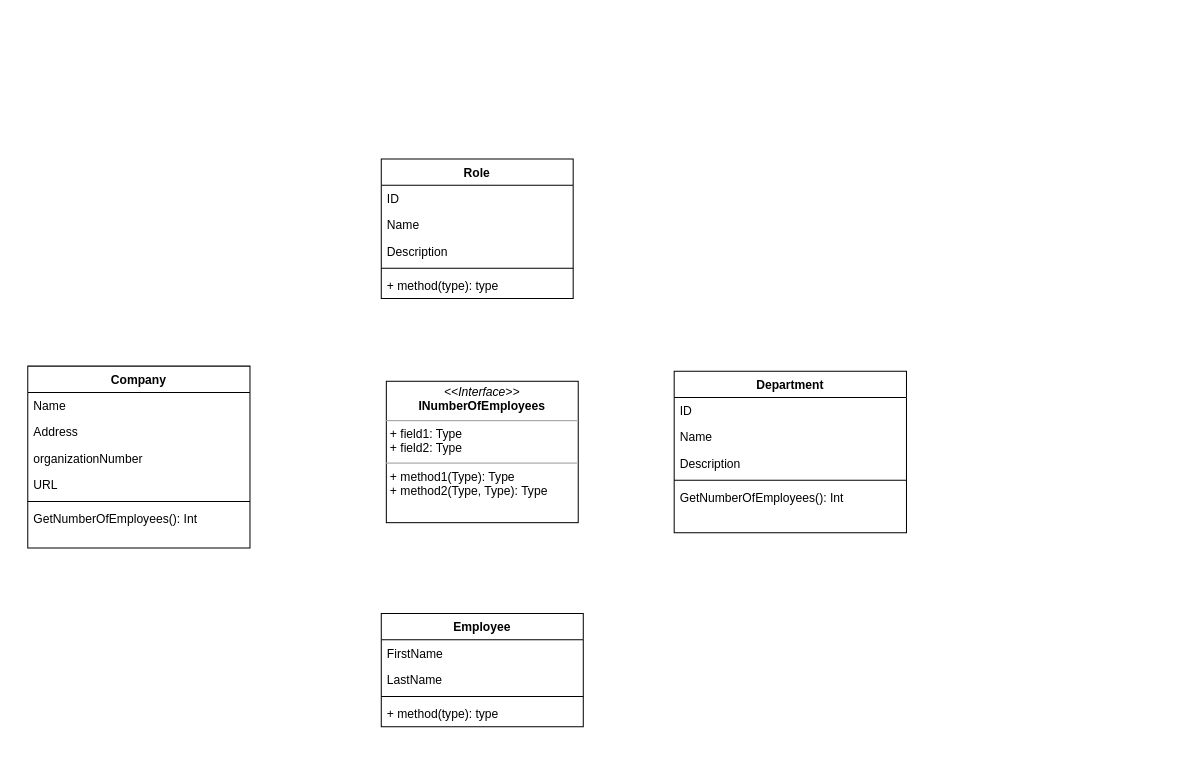
Before: laboration_3/DICE.drawio in philipsinnott/gik2f7_laborationer, a draw.io diagram. Source tidied: cells renumbered, new cells numbered last; positions are measured from the earlier drawing's top-left corner, leaving out a move shared by most shapes. Both pictures are drawn from the tidied source at 101%, with x=0, y=0 at pixel (27, 159).
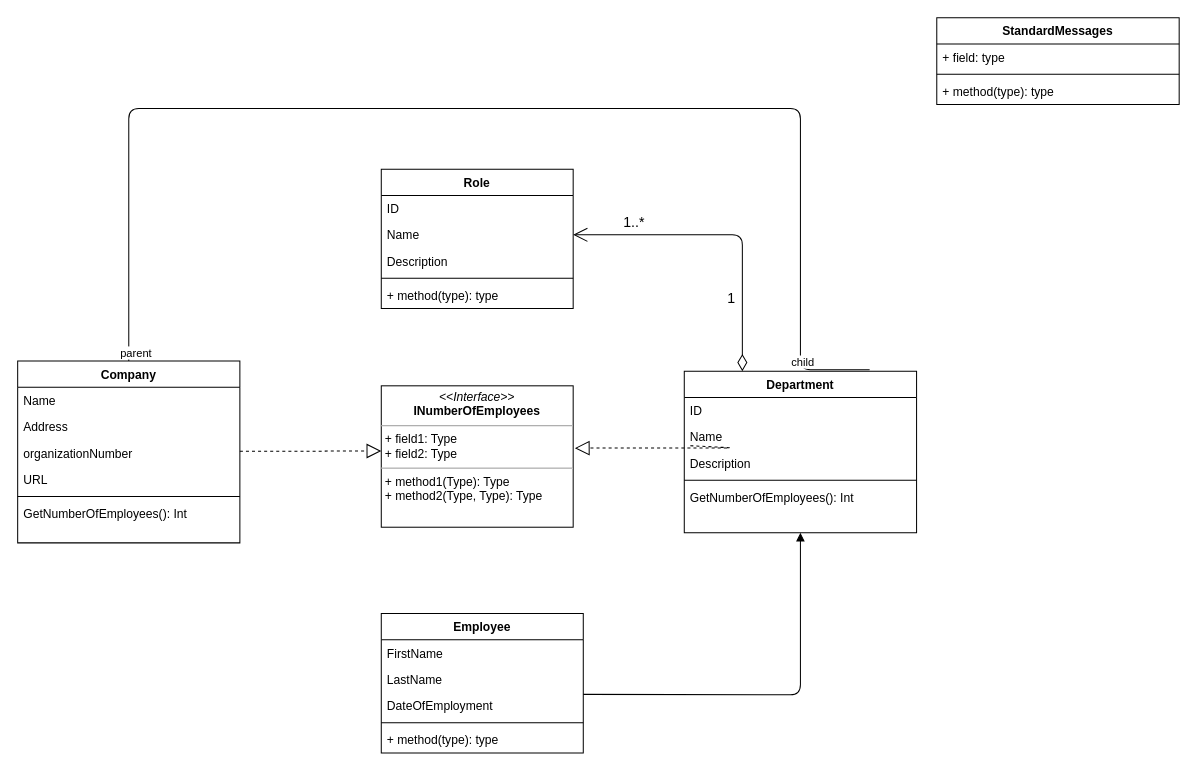
The same page after the edit.

Unchanged cells that the change refers to:
```xml
<mxCell id="10" value="Description" style="text;strokeColor=none;fillColor=none;align=left;verticalAlign=top;spacingLeft=4;spacingRight=4;overflow=hidden;points=[[0,0.5],[1,0.5]];portConstraint=eastwest;" parent="7" vertex="1">
  <mxGeometry y="78" width="230" height="26" as="geometry" />
</mxCell>
<mxCell id="23" value="Name" style="text;strokeColor=none;fillColor=none;align=left;verticalAlign=top;spacingLeft=4;spacingRight=4;overflow=hidden;points=[[0,0.5],[1,0.5]];portConstraint=eastwest;" parent="21" vertex="1">
  <mxGeometry y="52" width="190" height="26" as="geometry" />
</mxCell>
```

Change to the diagram source:
```diff
@@
     <mxCell id="2" value="Employee" style="swimlane;fontStyle=1;align=center;verticalAlign=top;horizontal=1;startSize=26;" parent="1" vertex="1">
-      <mxGeometry x="350" y="450" width="200" height="112" as="geometry" />
+      <mxGeometry x="350" y="450" width="200" height="138" as="geometry" />
     </mxCell>
@@
+    <mxCell id="27" value="LastName" style="text;strokeColor=none;fillColor=none;align=left;verticalAlign=top;spacingLeft=4;spacingRight=4;overflow=hidden;" parent="2" vertex="1">
+      <mxGeometry y="52" width="200" height="26" as="geometry" />
+    </mxCell>
-    <mxCell id="4" value="LastName" style="text;strokeColor=none;fillColor=none;align=left;verticalAlign=top;spacingLeft=4;spacingRight=4;overflow=hidden;" parent="2" vertex="1">
-      <mxGeometry y="52" width="200" height="26" as="geometry" />
+    <mxCell id="4" value="DateOfEmployment" style="text;strokeColor=none;fillColor=none;align=left;verticalAlign=top;spacingLeft=4;spacingRight=4;overflow=hidden;" parent="2" vertex="1">
+      <mxGeometry y="78" width="200" height="26" as="geometry" />
     </mxCell>
     <mxCell id="5" style="line;strokeWidth=1;fillColor=none;align=left;verticalAlign=middle;spacingTop=-1;spacingLeft=3;spacingRight=3;labelPosition=right;" parent="2" vertex="1">
-      <mxGeometry y="78" width="200" height="8" as="geometry" />
+      <mxGeometry y="104" width="200" height="8" as="geometry" />
     </mxCell>
     <mxCell id="6" value="+ method(type): type" style="text;strokeColor=none;fillColor=none;align=left;verticalAlign=top;spacingLeft=4;spacingRight=4;overflow=hidden;" parent="2" vertex="1">
-      <mxGeometry y="86" width="200" height="26" as="geometry" />
+      <mxGeometry y="112" width="200" height="26" as="geometry" />
     </mxCell>
     <mxCell id="7" value="Department&#10;" style="swimlane;fontStyle=1;align=center;verticalAlign=top;horizontal=1;startSize=26;" parent="1" vertex="1">
-      <mxGeometry x="640" y="210" width="230" height="160" as="geometry" />
+      <mxGeometry x="650" y="210" width="230" height="160" as="geometry" />
     </mxCell>
@@
     <mxCell id="13" value="Company" style="swimlane;fontStyle=1;align=center;verticalAlign=top;horizontal=1;startSize=26;" parent="1" vertex="1">
-      <mxGeometry y="205" width="220" height="180" as="geometry" />
+      <mxGeometry x="-10" y="200" width="220" height="180" as="geometry" />
     </mxCell>
@@
     <mxCell id="20" value="&lt;p style=&quot;margin: 0px ; margin-top: 4px ; text-align: center&quot;&gt;&lt;i&gt;&amp;lt;&amp;lt;Interface&amp;gt;&amp;gt;&lt;/i&gt;&lt;br&gt;&lt;b&gt;INumberOfEmployees&lt;/b&gt;&lt;br&gt;&lt;/p&gt;&lt;hr size=&quot;1&quot;&gt;&lt;p style=&quot;margin: 0px ; margin-left: 4px&quot;&gt;+ field1: Type&lt;br&gt;+ field2: Type&lt;/p&gt;&lt;hr size=&quot;1&quot;&gt;&lt;p style=&quot;margin: 0px ; margin-left: 4px&quot;&gt;+ method1(Type): Type&lt;br&gt;+ method2(Type, Type): Type&lt;/p&gt;" style="verticalAlign=top;align=left;overflow=fill;fontSize=12;fontFamily=Helvetica;html=1;" parent="1" vertex="1">
-      <mxGeometry x="355" y="220" width="190" height="140" as="geometry" />
+      <mxGeometry x="350" y="224.5" width="190" height="140" as="geometry" />
     </mxCell>
     <mxCell id="21" value="Role" style="swimlane;fontStyle=1;align=center;verticalAlign=top;horizontal=1;startSize=26;" parent="1" vertex="1">
-      <mxGeometry x="350" width="190" height="138" as="geometry" />
+      <mxGeometry x="350" y="10" width="190" height="138" as="geometry" />
     </mxCell>
@@
+    <mxCell id="28" value="StandardMessages" style="swimlane;fontStyle=1;align=center;verticalAlign=top;horizontal=1;startSize=26;" parent="1" vertex="1">
+      <mxGeometry x="900" y="-140" width="240" height="86" as="geometry" />
+    </mxCell>
+    <mxCell id="29" value="+ field: type" style="text;strokeColor=none;fillColor=none;align=left;verticalAlign=top;spacingLeft=4;spacingRight=4;overflow=hidden;" parent="28" vertex="1">
+      <mxGeometry y="26" width="240" height="26" as="geometry" />
+    </mxCell>
+    <mxCell id="30" style="line;strokeWidth=1;fillColor=none;align=left;verticalAlign=middle;spacingTop=-1;spacingLeft=3;spacingRight=3;labelPosition=right;" parent="28" vertex="1">
+      <mxGeometry y="52" width="240" height="8" as="geometry" />
+    </mxCell>
+    <mxCell id="31" value="+ method(type): type" style="text;strokeColor=none;fillColor=none;align=left;verticalAlign=top;spacingLeft=4;spacingRight=4;overflow=hidden;" parent="28" vertex="1">
+      <mxGeometry y="60" width="240" height="26" as="geometry" />
+    </mxCell>
+    <mxCell id="32" style="endArrow=block;dashed=1;endFill=0;endSize=12;html=1;" parent="1" edge="1">
+      <mxGeometry relative="1" as="geometry">
+        <mxPoint x="210" y="289.4" as="sourcePoint" />
+        <mxPoint x="350" y="289" as="targetPoint" />
+      </mxGeometry>
+    </mxCell>
+    <mxCell id="33" style="endArrow=block;dashed=1;endFill=0;endSize=12;html=1;entryX=1.009;entryY=0.441;entryDx=0;entryDy=0;entryPerimeter=0;exitX=0.026;exitY=-0.161;exitDx=0;exitDy=0;exitPerimeter=0;" parent="1" edge="1" source="10" target="20">
+      <mxGeometry relative="1" as="geometry">
+        <Array as="points">
+          <mxPoint x="700" y="286" />
+          <mxPoint x="580" y="286" />
+        </Array>
+      </mxGeometry>
+    </mxCell>
+    <mxCell id="34" style="endArrow=none;html=1;edgeStyle=orthogonalEdgeStyle;entryX=0.798;entryY=-0.009;entryDx=0;entryDy=0;entryPerimeter=0;" parent="1" edge="1" source="13" target="7">
+      <mxGeometry relative="1" as="geometry">
+        <Array as="points">
+          <mxPoint x="100" y="-50" />
+          <mxPoint x="765" y="-50" />
+          <mxPoint x="765" y="209" />
+        </Array>
+      </mxGeometry>
+    </mxCell>
+    <mxCell id="35" value="parent" style="edgeLabel;html=1;align=left;verticalAlign=bottom;" parent="34" vertex="1">
+      <mxGeometry x="-1" relative="1" as="geometry">
+        <mxPoint x="-10" as="offset" />
+      </mxGeometry>
+    </mxCell>
+    <mxCell id="36" value="child" style="edgeLabel;html=1;align=right;verticalAlign=bottom;" parent="34" vertex="1">
+      <mxGeometry x="1" relative="1" as="geometry">
+        <mxPoint x="-54" as="offset" />
+      </mxGeometry>
+    </mxCell>
+    <mxCell id="37" value="&lt;font style=&quot;font-size: 14px&quot;&gt;1&lt;/font&gt;" style="endArrow=open;html=1;endSize=12;startArrow=diamondThin;startSize=14;startFill=0;edgeStyle=orthogonalEdgeStyle;align=left;verticalAlign=bottom;exitX=0.25;exitY=0;exitDx=0;exitDy=0;entryX=1;entryY=0.5;entryDx=0;entryDy=0;" parent="1" edge="1" source="7" target="23">
+      <mxGeometry x="-0.6" y="18" relative="1" as="geometry">
+        <Array as="points">
+          <mxPoint x="708" y="75" />
+        </Array>
+        <mxPoint x="1" as="offset" />
+      </mxGeometry>
+    </mxCell>
+    <mxCell id="38" value="1..*" style="edgeLabel;html=1;align=center;verticalAlign=middle;fontSize=14;" parent="37" vertex="1">
+      <mxGeometry x="0.65" y="-1" relative="1" as="geometry">
+        <mxPoint x="7" y="-12" as="offset" />
+      </mxGeometry>
+    </mxCell>
+    <mxCell id="39" style="endArrow=block;endFill=1;html=1;edgeStyle=orthogonalEdgeStyle;align=left;verticalAlign=top;fontSize=14;entryX=0.5;entryY=1;entryDx=0;entryDy=0;" parent="1" edge="1" target="7">
+      <mxGeometry x="-0.84" y="-10" relative="1" as="geometry">
+        <mxPoint x="550" y="530" as="sourcePoint" />
+      </mxGeometry>
+    </mxCell>
```
